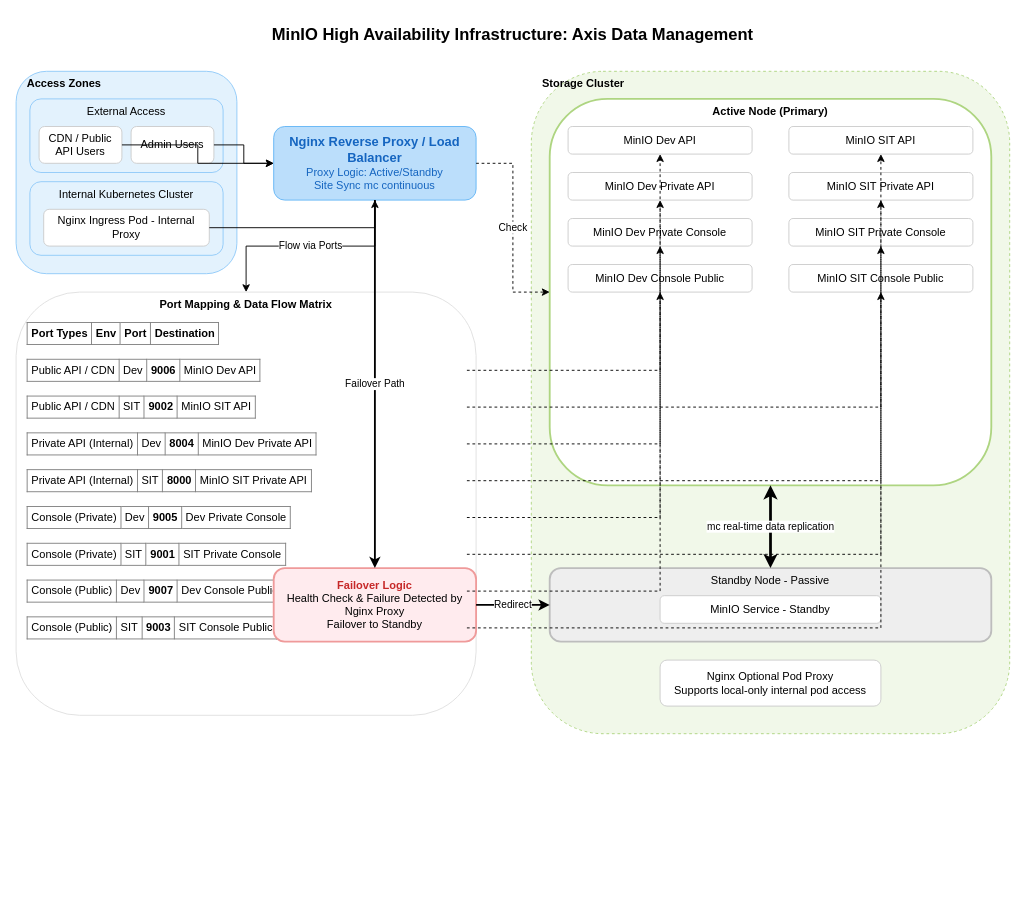
The draw.io diagram Untitled Diagram.drawio in abdallahelmalawany/icon-collection, before the edit. Source tidied: cells renumbered, new cells numbered last; positions are measured from the earlier drawing's top-left corner, leaving out a move shared by most shapes. Both pictures are drawn from the tidied source at 92%, with x=0, y=0 at pixel (16, 16).
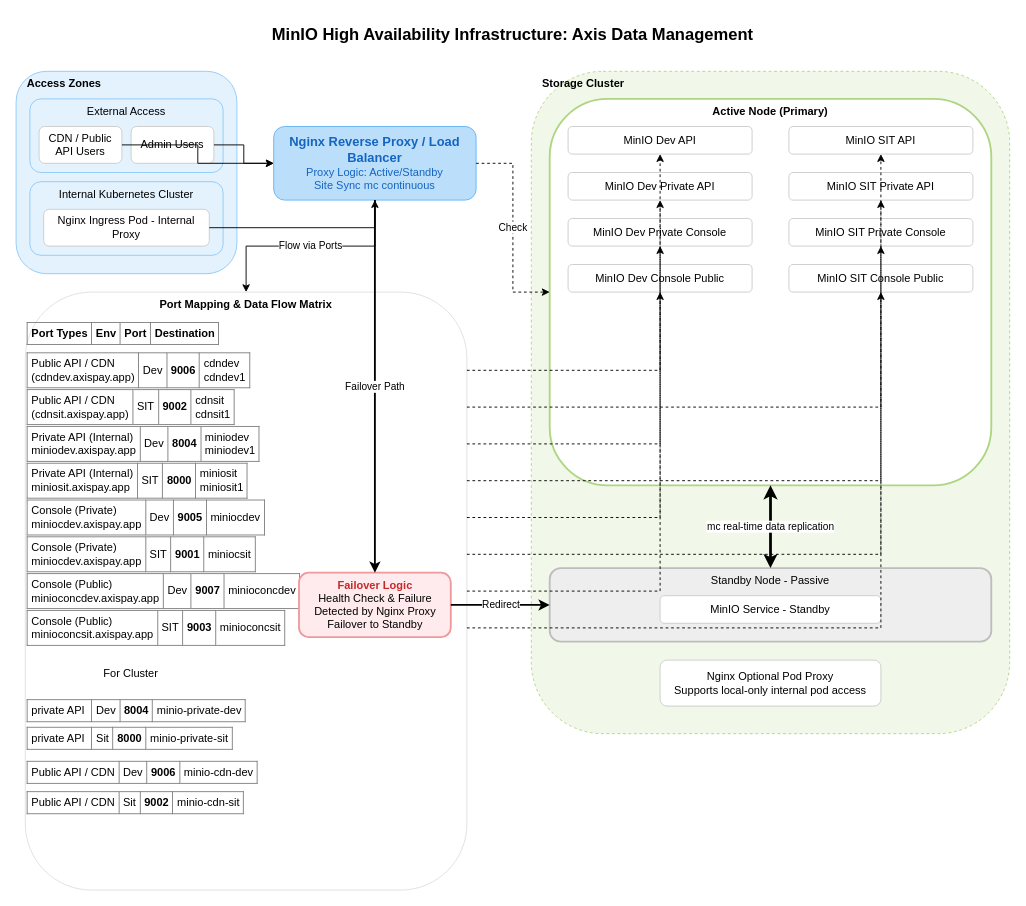
The same diagram, later.

Change to the diagram source:
```diff
@@
     <mxCell id="23" value="&lt;b&gt;Port Mapping &amp; Data Flow Matrix&lt;/b&gt;" style="rounded=1;whiteSpace=wrap;html=1;fillColor=none;strokeColor=#e0e0e0;verticalAlign=top;align=center;" parent="1" vertex="1">
-      <mxGeometry y="300" width="500" height="460" as="geometry" />
+      <mxGeometry x="10" y="300" width="480" height="650" as="geometry" />
     </mxCell>
@@
-    <mxCell id="25" value="&lt;table border='1' width='100%' cellpadding='4' style='border-collapse:collapse;'&gt;&lt;tr&gt;&lt;td&gt;Public API / CDN&lt;/td&gt;&lt;td&gt;Dev&lt;/td&gt;&lt;td&gt;&lt;b&gt;9006&lt;/b&gt;&lt;/td&gt;&lt;td&gt;MinIO Dev API&lt;/td&gt;&lt;/tr&gt;&lt;/table&gt;" style="text;html=1;strokeColor=none;fillColor=none;align=left;verticalAlign=middle;whiteSpace=wrap;rounded=0;" parent="1" vertex="1">
+    <mxCell id="25" value="&lt;table border=&quot;1&quot; width=&quot;100%&quot; cellpadding=&quot;4&quot; style=&quot;border-collapse:collapse;&quot;&gt;&lt;tbody&gt;&lt;tr&gt;&lt;td&gt;Public API / CDN&lt;br&gt;(cdndev.axispay.app)&lt;/td&gt;&lt;td&gt;Dev&lt;/td&gt;&lt;td&gt;&lt;b&gt;9006&lt;/b&gt;&lt;/td&gt;&lt;td&gt;cdndev&lt;br&gt;cdndev1&lt;/td&gt;&lt;/tr&gt;&lt;/tbody&gt;&lt;/table&gt;" style="text;html=1;strokeColor=none;fillColor=none;align=left;verticalAlign=middle;whiteSpace=wrap;rounded=0;" parent="1" vertex="1">
       <mxGeometry x="10" y="370" width="480" height="30" as="geometry" />
     </mxCell>
-    <mxCell id="26" value="&lt;table border='1' width='100%' cellpadding='4' style='border-collapse:collapse;'&gt;&lt;tr&gt;&lt;td&gt;Public API / CDN&lt;/td&gt;&lt;td&gt;SIT&lt;/td&gt;&lt;td&gt;&lt;b&gt;9002&lt;/b&gt;&lt;/td&gt;&lt;td&gt;MinIO SIT API&lt;/td&gt;&lt;/tr&gt;&lt;/table&gt;" style="text;html=1;strokeColor=none;fillColor=none;align=left;verticalAlign=middle;whiteSpace=wrap;rounded=0;" parent="1" vertex="1">
+    <mxCell id="26" value="&lt;table border=&quot;1&quot; width=&quot;100%&quot; cellpadding=&quot;4&quot; style=&quot;border-collapse:collapse;&quot;&gt;&lt;tbody&gt;&lt;tr&gt;&lt;td&gt;Public API / CDN&lt;br&gt;(cdnsit.axispay.app)&lt;/td&gt;&lt;td&gt;SIT&lt;/td&gt;&lt;td&gt;&lt;b&gt;9002&lt;/b&gt;&lt;/td&gt;&lt;td&gt;cdnsit&lt;br&gt;cdnsit1&lt;/td&gt;&lt;/tr&gt;&lt;/tbody&gt;&lt;/table&gt;" style="text;html=1;strokeColor=none;fillColor=none;align=left;verticalAlign=middle;whiteSpace=wrap;rounded=0;" parent="1" vertex="1">
       <mxGeometry x="10" y="410" width="480" height="30" as="geometry" />
     </mxCell>
-    <mxCell id="27" value="&lt;table border='1' width='100%' cellpadding='4' style='border-collapse:collapse;'&gt;&lt;tr&gt;&lt;td&gt;Private API (Internal)&lt;/td&gt;&lt;td&gt;Dev&lt;/td&gt;&lt;td&gt;&lt;b&gt;8004&lt;/b&gt;&lt;/td&gt;&lt;td&gt;MinIO Dev Private API&lt;/td&gt;&lt;/tr&gt;&lt;/table&gt;" style="text;html=1;strokeColor=none;fillColor=none;align=left;verticalAlign=middle;whiteSpace=wrap;rounded=0;" parent="1" vertex="1">
+    <mxCell id="27" value="&lt;table border=&quot;1&quot; width=&quot;100%&quot; cellpadding=&quot;4&quot; style=&quot;border-collapse:collapse;&quot;&gt;&lt;tbody&gt;&lt;tr&gt;&lt;td&gt;Private API (Internal)&lt;br&gt;miniodev.axispay.app&lt;/td&gt;&lt;td&gt;Dev&lt;/td&gt;&lt;td&gt;&lt;b&gt;8004&lt;/b&gt;&lt;/td&gt;&lt;td&gt;miniodev&lt;br&gt;miniodev1&lt;/td&gt;&lt;/tr&gt;&lt;/tbody&gt;&lt;/table&gt;" style="text;html=1;strokeColor=none;fillColor=none;align=left;verticalAlign=middle;whiteSpace=wrap;rounded=0;" parent="1" vertex="1">
       <mxGeometry x="10" y="450" width="480" height="30" as="geometry" />
     </mxCell>
-    <mxCell id="28" value="&lt;table border='1' width='100%' cellpadding='4' style='border-collapse:collapse;'&gt;&lt;tr&gt;&lt;td&gt;Private API (Internal)&lt;/td&gt;&lt;td&gt;SIT&lt;/td&gt;&lt;td&gt;&lt;b&gt;8000&lt;/b&gt;&lt;/td&gt;&lt;td&gt;MinIO SIT Private API&lt;/td&gt;&lt;/tr&gt;&lt;/table&gt;" style="text;html=1;strokeColor=none;fillColor=none;align=left;verticalAlign=middle;whiteSpace=wrap;rounded=0;" parent="1" vertex="1">
+    <mxCell id="28" value="&lt;table border=&quot;1&quot; width=&quot;100%&quot; cellpadding=&quot;4&quot; style=&quot;border-collapse:collapse;&quot;&gt;&lt;tbody&gt;&lt;tr&gt;&lt;td&gt;Private API (Internal)&lt;br&gt;miniosit.axispay.app&lt;/td&gt;&lt;td&gt;SIT&lt;/td&gt;&lt;td&gt;&lt;b&gt;8000&lt;/b&gt;&lt;/td&gt;&lt;td&gt;miniosit&lt;br&gt;miniosit1&lt;/td&gt;&lt;/tr&gt;&lt;/tbody&gt;&lt;/table&gt;" style="text;html=1;strokeColor=none;fillColor=none;align=left;verticalAlign=middle;whiteSpace=wrap;rounded=0;" parent="1" vertex="1">
       <mxGeometry x="10" y="490" width="480" height="30" as="geometry" />
     </mxCell>
-    <mxCell id="29" value="&lt;table border='1' width='100%' cellpadding='4' style='border-collapse:collapse;'&gt;&lt;tr&gt;&lt;td&gt;Console (Private)&lt;/td&gt;&lt;td&gt;Dev&lt;/td&gt;&lt;td&gt;&lt;b&gt;9005&lt;/b&gt;&lt;/td&gt;&lt;td&gt;Dev Private Console&lt;/td&gt;&lt;/tr&gt;&lt;/table&gt;" style="text;html=1;strokeColor=none;fillColor=none;align=left;verticalAlign=middle;whiteSpace=wrap;rounded=0;" parent="1" vertex="1">
+    <mxCell id="29" value="&lt;table border=&quot;1&quot; width=&quot;100%&quot; cellpadding=&quot;4&quot; style=&quot;border-collapse:collapse;&quot;&gt;&lt;tbody&gt;&lt;tr&gt;&lt;td&gt;Console (Private)&lt;br&gt;miniocdev.axispay.app&lt;/td&gt;&lt;td&gt;Dev&lt;/td&gt;&lt;td&gt;&lt;b&gt;9005&lt;/b&gt;&lt;/td&gt;&lt;td&gt;miniocdev&lt;/td&gt;&lt;/tr&gt;&lt;/tbody&gt;&lt;/table&gt;" style="text;html=1;strokeColor=none;fillColor=none;align=left;verticalAlign=middle;whiteSpace=wrap;rounded=0;" parent="1" vertex="1">
       <mxGeometry x="10" y="530" width="480" height="30" as="geometry" />
     </mxCell>
-    <mxCell id="30" value="&lt;table border='1' width='100%' cellpadding='4' style='border-collapse:collapse;'&gt;&lt;tr&gt;&lt;td&gt;Console (Private)&lt;/td&gt;&lt;td&gt;SIT&lt;/td&gt;&lt;td&gt;&lt;b&gt;9001&lt;/b&gt;&lt;/td&gt;&lt;td&gt;SIT Private Console&lt;/td&gt;&lt;/tr&gt;&lt;/table&gt;" style="text;html=1;strokeColor=none;fillColor=none;align=left;verticalAlign=middle;whiteSpace=wrap;rounded=0;" parent="1" vertex="1">
+    <mxCell id="30" value="&lt;table border=&quot;1&quot; width=&quot;100%&quot; cellpadding=&quot;4&quot; style=&quot;border-collapse:collapse;&quot;&gt;&lt;tbody&gt;&lt;tr&gt;&lt;td&gt;Console (Private)&lt;br&gt;miniocdev.axispay.app&lt;/td&gt;&lt;td&gt;SIT&lt;/td&gt;&lt;td&gt;&lt;b&gt;9001&lt;/b&gt;&lt;/td&gt;&lt;td&gt;miniocsit&lt;/td&gt;&lt;/tr&gt;&lt;/tbody&gt;&lt;/table&gt;" style="text;html=1;strokeColor=none;fillColor=none;align=left;verticalAlign=middle;whiteSpace=wrap;rounded=0;" parent="1" vertex="1">
       <mxGeometry x="10" y="570" width="480" height="30" as="geometry" />
     </mxCell>
-    <mxCell id="31" value="&lt;table border='1' width='100%' cellpadding='4' style='border-collapse:collapse;'&gt;&lt;tr&gt;&lt;td&gt;Console (Public)&lt;/td&gt;&lt;td&gt;Dev&lt;/td&gt;&lt;td&gt;&lt;b&gt;9007&lt;/b&gt;&lt;/td&gt;&lt;td&gt;Dev Console Public&lt;/td&gt;&lt;/tr&gt;&lt;/table&gt;" style="text;html=1;strokeColor=none;fillColor=none;align=left;verticalAlign=middle;whiteSpace=wrap;rounded=0;" parent="1" vertex="1">
+    <mxCell id="31" value="&lt;table border=&quot;1&quot; width=&quot;100%&quot; cellpadding=&quot;4&quot; style=&quot;border-collapse:collapse;&quot;&gt;&lt;tbody&gt;&lt;tr&gt;&lt;td&gt;Console (Public)&lt;br&gt;minioconcdev.axispay.app&lt;/td&gt;&lt;td&gt;Dev&lt;/td&gt;&lt;td&gt;&lt;b&gt;9007&lt;/b&gt;&lt;/td&gt;&lt;td&gt;minioconcdev&lt;/td&gt;&lt;/tr&gt;&lt;/tbody&gt;&lt;/table&gt;" style="text;html=1;strokeColor=none;fillColor=none;align=left;verticalAlign=middle;whiteSpace=wrap;rounded=0;" parent="1" vertex="1">
       <mxGeometry x="10" y="610" width="480" height="30" as="geometry" />
     </mxCell>
-    <mxCell id="32" value="&lt;table border='1' width='100%' cellpadding='4' style='border-collapse:collapse;'&gt;&lt;tr&gt;&lt;td&gt;Console (Public)&lt;/td&gt;&lt;td&gt;SIT&lt;/td&gt;&lt;td&gt;&lt;b&gt;9003&lt;/b&gt;&lt;/td&gt;&lt;td&gt;SIT Console Public&lt;/td&gt;&lt;/tr&gt;&lt;/table&gt;" style="text;html=1;strokeColor=none;fillColor=none;align=left;verticalAlign=middle;whiteSpace=wrap;rounded=0;" parent="1" vertex="1">
+    <mxCell id="32" value="&lt;table border=&quot;1&quot; width=&quot;100%&quot; cellpadding=&quot;4&quot; style=&quot;border-collapse:collapse;&quot;&gt;&lt;tbody&gt;&lt;tr&gt;&lt;td&gt;Console (Public)&lt;br&gt;minioconcsit.axispay.app&lt;/td&gt;&lt;td&gt;SIT&lt;/td&gt;&lt;td&gt;&lt;b&gt;9003&lt;/b&gt;&lt;/td&gt;&lt;td&gt;minioconcsit&lt;/td&gt;&lt;/tr&gt;&lt;/tbody&gt;&lt;/table&gt;" style="text;html=1;strokeColor=none;fillColor=none;align=left;verticalAlign=middle;whiteSpace=wrap;rounded=0;" parent="1" vertex="1">
       <mxGeometry x="10" y="650" width="480" height="30" as="geometry" />
     </mxCell>
     <mxCell id="33" value="&lt;b style='color:#c62828'&gt;Failover Logic&lt;/b&gt;&lt;br/&gt;Health Check &amp; Failure Detected by Nginx Proxy&lt;br/&gt;Failover to Standby" style="rounded=1;whiteSpace=wrap;html=1;fillColor=#ffebee;strokeColor=#ef9a9a;strokeWidth=2;" parent="1" vertex="1">
-      <mxGeometry x="280" y="600" width="220" height="80" as="geometry" />
+      <mxGeometry x="307.5" y="605" width="165" height="70" as="geometry" />
     </mxCell>
@@
+    <mxCell id="50" value="&lt;table border=&quot;1&quot; width=&quot;100%&quot; cellpadding=&quot;4&quot; style=&quot;border-collapse:collapse;&quot;&gt;&lt;tbody&gt;&lt;tr&gt;&lt;td&gt;private API&amp;nbsp;&lt;/td&gt;&lt;td&gt;Dev&lt;/td&gt;&lt;td&gt;&lt;b&gt;8004&lt;/b&gt;&lt;/td&gt;&lt;td&gt;minio-private-dev&lt;/td&gt;&lt;/tr&gt;&lt;/tbody&gt;&lt;/table&gt;" style="text;html=1;strokeColor=none;fillColor=none;align=left;verticalAlign=middle;whiteSpace=wrap;rounded=0;" parent="1" vertex="1">
+      <mxGeometry x="10" y="740" width="480" height="30" as="geometry" />
+    </mxCell>
+    <mxCell id="51" value="&lt;table border=&quot;1&quot; width=&quot;100%&quot; cellpadding=&quot;4&quot; style=&quot;border-collapse:collapse;&quot;&gt;&lt;tbody&gt;&lt;tr&gt;&lt;td&gt;private API&amp;nbsp;&lt;/td&gt;&lt;td&gt;Sit&lt;/td&gt;&lt;td&gt;&lt;b&gt;8000&lt;/b&gt;&lt;/td&gt;&lt;td&gt;minio-private-sit&lt;/td&gt;&lt;/tr&gt;&lt;/tbody&gt;&lt;/table&gt;" style="text;html=1;strokeColor=none;fillColor=none;align=left;verticalAlign=middle;whiteSpace=wrap;rounded=0;" parent="1" vertex="1">
+      <mxGeometry x="10" y="770" width="480" height="30" as="geometry" />
+    </mxCell>
+    <mxCell id="52" value="&lt;table border=&quot;1&quot; width=&quot;100%&quot; cellpadding=&quot;4&quot; style=&quot;border-collapse:collapse;&quot;&gt;&lt;tbody&gt;&lt;tr&gt;&lt;td&gt;Public API / CDN&lt;/td&gt;&lt;td&gt;Dev&lt;/td&gt;&lt;td&gt;&lt;b&gt;9006&lt;/b&gt;&lt;/td&gt;&lt;td&gt;minio-cdn-dev&lt;/td&gt;&lt;/tr&gt;&lt;/tbody&gt;&lt;/table&gt;" style="text;html=1;strokeColor=none;fillColor=none;align=left;verticalAlign=middle;whiteSpace=wrap;rounded=0;" parent="1" vertex="1">
+      <mxGeometry x="10" y="807" width="480" height="30" as="geometry" />
+    </mxCell>
+    <mxCell id="53" value="&lt;table border=&quot;1&quot; width=&quot;100%&quot; cellpadding=&quot;4&quot; style=&quot;border-collapse:collapse;&quot;&gt;&lt;tbody&gt;&lt;tr&gt;&lt;td&gt;Public API / CDN&lt;/td&gt;&lt;td&gt;Sit&lt;/td&gt;&lt;td&gt;&lt;b&gt;9002&lt;/b&gt;&lt;/td&gt;&lt;td&gt;minio-cdn-sit&lt;/td&gt;&lt;/tr&gt;&lt;/tbody&gt;&lt;/table&gt;" style="text;html=1;strokeColor=none;fillColor=none;align=left;verticalAlign=middle;whiteSpace=wrap;rounded=0;" parent="1" vertex="1">
+      <mxGeometry x="10" y="840" width="480" height="30" as="geometry" />
+    </mxCell>
+    <mxCell id="54" value="For Cluster" style="text;html=1;whiteSpace=wrap;strokeColor=none;fillColor=none;align=center;verticalAlign=middle;rounded=0;" parent="1" vertex="1">
+      <mxGeometry x="10" y="700" width="230" height="30" as="geometry" />
+    </mxCell>
```
